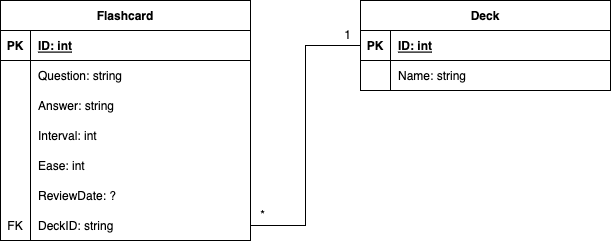
Before: docs/NerddeckModel.png, a diagram exported from draw.io (maex0/nerddeck). Source tidied: cells renumbered, new cells last; positions are measured from the earlier drawing's top-left corner, leaving out a move shared by most shapes.
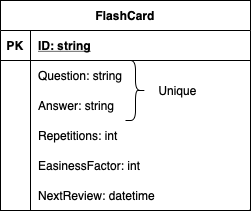
Above is the later version.

Change to the diagram source:
```diff
@@ -2,8 +2,8 @@
   <root>
     <mxCell id="0" />
     <mxCell id="1" parent="0" />
-    <mxCell id="2" value="Flashcard" style="shape=table;startSize=30;rowLines=0;fontStyle=1;align=center;" parent="1" vertex="1">
-      <mxGeometry width="250" height="240" as="geometry" />
+    <mxCell id="2" value="FlashCard" style="shape=table;startSize=30;rowLines=0;fontStyle=1;align=center;" parent="1" vertex="1">
+      <mxGeometry width="250" height="210" as="geometry" />
     </mxCell>
     <mxCell id="3" style="shape=partialRectangle;fillColor=none;top=0;left=0;right=0;bottom=1;" parent="2" vertex="1">
       <mxGeometry y="30" width="250" height="30" as="geometry" />
@@ -11,7 +11,7 @@
     <mxCell id="4" value="PK" style="shape=partialRectangle;overflow=hidden;fillColor=none;top=0;left=0;bottom=0;right=0;fontStyle=1;" parent="3" vertex="1">
       <mxGeometry width="30" height="30" as="geometry" />
     </mxCell>
-    <mxCell id="5" value="ID: int" style="shape=partialRectangle;overflow=hidden;fillColor=none;top=0;left=0;bottom=0;right=0;align=left;spacingLeft=6;fontStyle=5;" parent="3" vertex="1">
+    <mxCell id="5" value="ID: string" style="shape=partialRectangle;overflow=hidden;fillColor=none;top=0;left=0;bottom=0;right=0;align=left;spacingLeft=6;fontStyle=5;" parent="3" vertex="1">
       <mxGeometry x="30" width="220" height="30" as="geometry" />
     </mxCell>
     <mxCell id="6" style="shape=partialRectangle;fillColor=none;top=0;left=0;right=0;bottom=0;" parent="2" vertex="1">
@@ -38,7 +38,7 @@
     <mxCell id="13" style="shape=partialRectangle;overflow=hidden;fillColor=none;top=0;left=0;bottom=0;right=0;" parent="12" vertex="1">
       <mxGeometry width="30" height="30" as="geometry" />
     </mxCell>
-    <mxCell id="14" value="Interval: int" style="shape=partialRectangle;overflow=hidden;fillColor=none;top=0;left=0;bottom=0;right=0;align=left;spacingLeft=6;" parent="12" vertex="1">
+    <mxCell id="14" value="Repetitions: int" style="shape=partialRectangle;overflow=hidden;fillColor=none;top=0;left=0;bottom=0;right=0;align=left;spacingLeft=6;" parent="12" vertex="1">
       <mxGeometry x="30" width="220" height="30" as="geometry" />
     </mxCell>
     <mxCell id="15" style="shape=partialRectangle;fillColor=none;top=0;left=0;right=0;bottom=0;" parent="2" vertex="1">
@@ -47,7 +47,7 @@
     <mxCell id="16" style="shape=partialRectangle;overflow=hidden;fillColor=none;top=0;left=0;bottom=0;right=0;" parent="15" vertex="1">
       <mxGeometry width="30" height="30" as="geometry" />
     </mxCell>
-    <mxCell id="17" value="Ease: int" style="shape=partialRectangle;overflow=hidden;fillColor=none;top=0;left=0;bottom=0;right=0;align=left;spacingLeft=6;" parent="15" vertex="1">
+    <mxCell id="17" value="EasinessFactor: int" style="shape=partialRectangle;overflow=hidden;fillColor=none;top=0;left=0;bottom=0;right=0;align=left;spacingLeft=6;" parent="15" vertex="1">
       <mxGeometry x="30" width="220" height="30" as="geometry" />
     </mxCell>
     <mxCell id="18" style="shape=partialRectangle;fillColor=none;top=0;left=0;right=0;bottom=0;" parent="2" vertex="1">
@@ -56,50 +56,14 @@
     <mxCell id="19" style="shape=partialRectangle;overflow=hidden;fillColor=none;top=0;left=0;bottom=0;right=0;" parent="18" vertex="1">
       <mxGeometry width="30" height="30" as="geometry" />
     </mxCell>
-    <mxCell id="20" value="ReviewDate: ?" style="shape=partialRectangle;overflow=hidden;fillColor=none;top=0;left=0;bottom=0;right=0;align=left;spacingLeft=6;" parent="18" vertex="1">
+    <mxCell id="20" value="NextReview: datetime" style="shape=partialRectangle;overflow=hidden;fillColor=none;top=0;left=0;bottom=0;right=0;align=left;spacingLeft=6;" parent="18" vertex="1">
       <mxGeometry x="30" width="220" height="30" as="geometry" />
     </mxCell>
-    <mxCell id="21" style="shape=partialRectangle;fillColor=none;points=[[0,0.5],[1,0.5]];portConstraint=eastwest;top=0;left=0;right=0;bottom=0;" parent="2" vertex="1">
-      <mxGeometry y="210" width="250" height="30" as="geometry" />
-    </mxCell>
-    <mxCell id="22" style="shape=partialRectangle;overflow=hidden;fillColor=none;top=0;left=0;bottom=0;right=0;" parent="21" vertex="1">
-      <mxGeometry width="30" height="30" as="geometry" />
-    </mxCell>
-    <mxCell id="23" value="DeckID: string" style="shape=partialRectangle;overflow=hidden;fillColor=none;top=0;left=0;bottom=0;right=0;align=left;spacingLeft=6;" parent="21" vertex="1">
-      <mxGeometry x="30" width="220" height="30" as="geometry" />
-    </mxCell>
-    <mxCell id="24" value="Deck" style="shape=table;startSize=30;rowLines=0;fontStyle=1;align=center;" parent="1" vertex="1">
-      <mxGeometry x="360" width="250" height="90" as="geometry" />
-    </mxCell>
-    <mxCell id="25" style="shape=partialRectangle;fillColor=none;points=[[0,0.5],[1,0.5]];portConstraint=eastwest;top=0;left=0;right=0;bottom=1;" parent="24" vertex="1">
-      <mxGeometry y="30" width="250" height="30" as="geometry" />
-    </mxCell>
-    <mxCell id="26" value="PK" style="shape=partialRectangle;overflow=hidden;fillColor=none;top=0;left=0;bottom=0;right=0;fontStyle=1;" parent="25" vertex="1">
-      <mxGeometry width="30" height="30" as="geometry" />
-    </mxCell>
-    <mxCell id="27" value="ID: int" style="shape=partialRectangle;overflow=hidden;fillColor=none;top=0;left=0;bottom=0;right=0;align=left;spacingLeft=6;fontStyle=5;" parent="25" vertex="1">
-      <mxGeometry x="30" width="220" height="30" as="geometry" />
-    </mxCell>
-    <mxCell id="28" style="shape=partialRectangle;fillColor=none;top=0;left=0;right=0;bottom=0;" parent="24" vertex="1">
-      <mxGeometry y="60" width="250" height="30" as="geometry" />
-    </mxCell>
-    <mxCell id="29" style="shape=partialRectangle;overflow=hidden;fillColor=none;top=0;left=0;bottom=0;right=0;" parent="28" vertex="1">
-      <mxGeometry width="30" height="30" as="geometry" />
-    </mxCell>
-    <mxCell id="30" value="Name: string" style="shape=partialRectangle;overflow=hidden;fillColor=none;top=0;left=0;bottom=0;right=0;align=left;spacingLeft=6;" parent="28" vertex="1">
-      <mxGeometry x="30" width="220" height="30" as="geometry" />
-    </mxCell>
-    <mxCell id="31" style="edgeStyle=orthogonalEdgeStyle;rounded=0;jettySize=auto;html=1;exitX=0;exitY=0.5;exitDx=0;exitDy=0;endArrow=none;endFill=0;" parent="1" edge="1" source="25" target="21">
-      <mxGeometry relative="1" as="geometry" />
-    </mxCell>
-    <mxCell id="32" value="FK" style="shape=partialRectangle;overflow=hidden;fillColor=none;top=0;left=0;bottom=0;right=0;" parent="1" vertex="1">
-      <mxGeometry y="210" width="30" height="30" as="geometry" />
-    </mxCell>
-    <mxCell id="33" value="*" style="text;html=1;strokeColor=none;fillColor=none;align=center;verticalAlign=middle;whiteSpace=wrap;rounded=0;" parent="1" vertex="1">
-      <mxGeometry x="250" y="200" width="25" height="30" as="geometry" />
-    </mxCell>
-    <mxCell id="34" value="1" style="text;html=1;strokeColor=none;fillColor=none;align=center;verticalAlign=middle;whiteSpace=wrap;rounded=0;" parent="1" vertex="1">
-      <mxGeometry x="335" y="20" width="25" height="30" as="geometry" />
-    </mxCell>
+    <mxCell id="35" value="Unique" style="rounded=0;whiteSpace=wrap;html=1;fillColor=none;strokeWidth=0;strokeColor=none;" parent="1" vertex="1">
+      <mxGeometry x="135" y="75" width="85" height="30" as="geometry" />
+    </mxCell>
+    <mxCell id="36" style="shape=curlyBracket;whiteSpace=wrap;html=1;rounded=1;flipH=1;labelPosition=right;verticalLabelPosition=middle;align=left;verticalAlign=middle;" parent="1" vertex="1">
+      <mxGeometry x="125" y="60" width="20" height="60" as="geometry" />
+    </mxCell>
   </root>
 </mxGraphModel>
```
